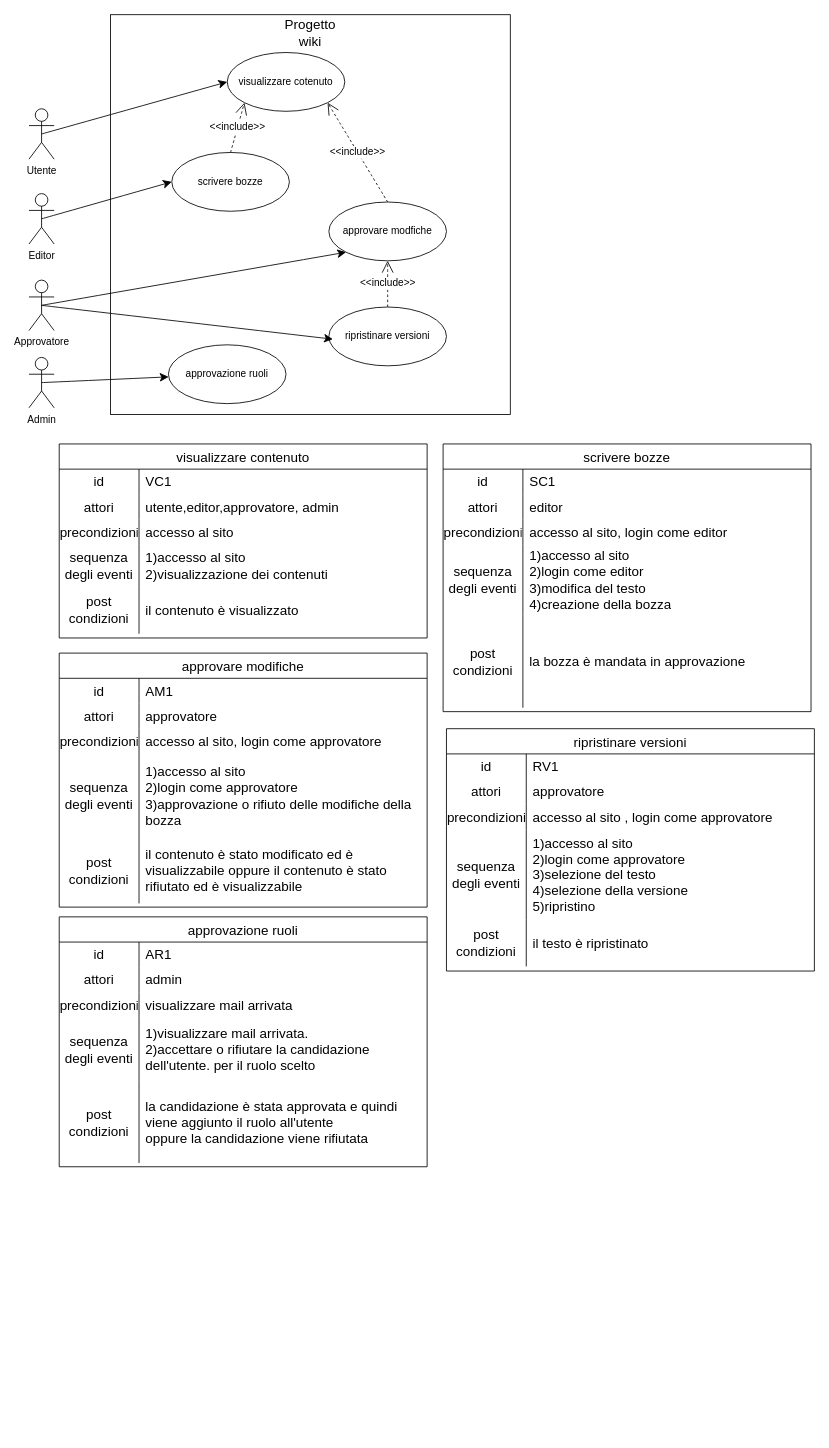
The draw.io diagram assets/Casi d'uso.drawio in AngeloRipamonti/5C_WikiStudenti_DiDonnaKotisRipamontiTacconi, before the edit. Source tidied: cells renumbered, new cells numbered last; positions are measured from the earlier drawing's top-left corner, leaving out a move shared by most shapes. Both pictures are drawn from the tidied source at 84%, with x=0, y=0 at pixel (29, 14).
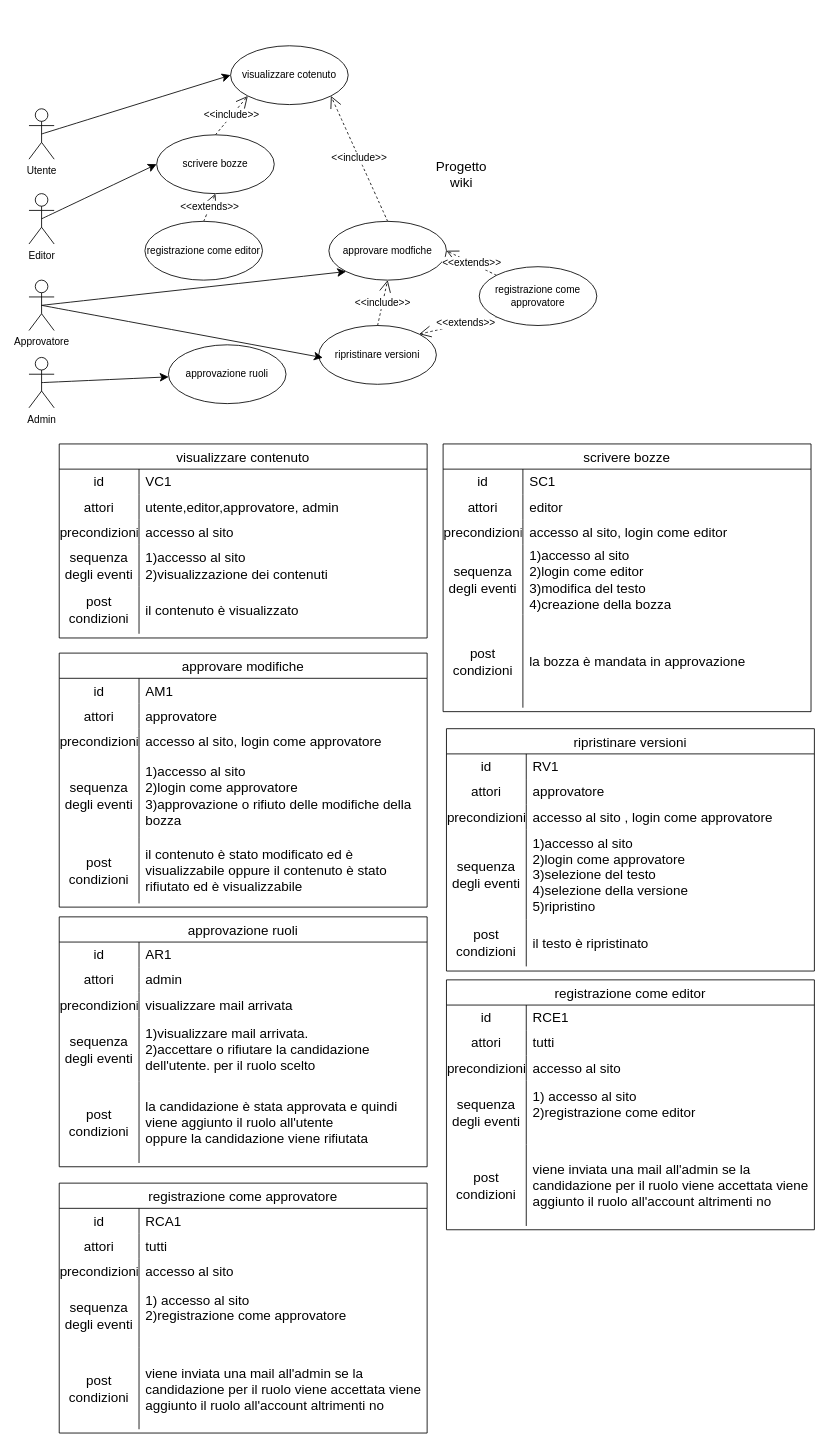
After the change.

Commit message:
use case registrazioni

Change to the diagram source:
```diff
@@
     <mxCell id="8" value="visualizzare cotenuto" style="ellipse;whiteSpace=wrap;html=1;" parent="1" vertex="1">
-      <mxGeometry x="236" y="45" width="140" height="70" as="geometry" />
+      <mxGeometry x="240" y="37" width="140" height="70" as="geometry" />
     </mxCell>
     <mxCell id="9" value="scrivere bozze" style="ellipse;whiteSpace=wrap;html=1;" parent="1" vertex="1">
-      <mxGeometry x="170" y="164" width="140" height="70" as="geometry" />
+      <mxGeometry x="152" y="143" width="140" height="70" as="geometry" />
     </mxCell>
     <mxCell id="10" value="approvare modfiche" style="ellipse;whiteSpace=wrap;html=1;" parent="1" vertex="1">
-      <mxGeometry x="357" y="223" width="140" height="70" as="geometry" />
+      <mxGeometry x="357" y="246" width="140" height="70" as="geometry" />
     </mxCell>
     <mxCell id="11" value="ripristinare versioni" style="ellipse;whiteSpace=wrap;html=1;" parent="1" vertex="1">
-      <mxGeometry x="357" y="348" width="140" height="70" as="geometry" />
+      <mxGeometry x="345" y="370" width="140" height="70" as="geometry" />
     </mxCell>
@@
-    <mxCell id="19" style="whiteSpace=wrap;html=1;fillColor=none;" parent="1" vertex="1">
-      <mxGeometry x="97" width="476" height="476" as="geometry" />
-    </mxCell>
     <mxCell id="20" value="Progetto wiki" style="text;html=1;align=center;verticalAlign=middle;whiteSpace=wrap;rounded=0;fontSize=16;" parent="1" vertex="1">
-      <mxGeometry x="305" y="7" width="60" height="30" as="geometry" />
+      <mxGeometry x="485" y="175" width="60" height="30" as="geometry" />
     </mxCell>
@@
+    <mxCell id="101" value="registrazione come editor" style="ellipse;whiteSpace=wrap;html=1;" parent="1" vertex="1">
+      <mxGeometry x="138" y="246" width="140" height="70" as="geometry" />
+    </mxCell>
+    <mxCell id="102" value="&amp;lt;&amp;lt;extends&amp;gt;&amp;gt;" style="endArrow=open;endSize=12;dashed=1;html=1;rounded=0;fontSize=12;curved=1;exitX=0.5;exitY=0;exitDx=0;exitDy=0;entryX=0.5;entryY=1;entryDx=0;entryDy=0;" parent="1" edge="1" source="101" target="9">
+      <mxGeometry relative="1" as="geometry" />
+    </mxCell>
+    <mxCell id="103" value="registrazione come approvatore" style="ellipse;whiteSpace=wrap;html=1;" parent="1" vertex="1">
+      <mxGeometry x="536" y="300" width="140" height="70" as="geometry" />
+    </mxCell>
+    <mxCell id="104" value="&amp;lt;&amp;lt;extends&amp;gt;&amp;gt;" style="endArrow=open;endSize=12;dashed=1;html=1;rounded=0;fontSize=12;curved=1;exitX=0;exitY=0;exitDx=0;exitDy=0;entryX=1;entryY=0.5;entryDx=0;entryDy=0;" parent="1" edge="1" source="103" target="10">
+      <mxGeometry relative="1" as="geometry" />
+    </mxCell>
+    <mxCell id="105" value="&amp;lt;&amp;lt;extends&amp;gt;&amp;gt;" style="endArrow=open;endSize=12;dashed=1;html=1;rounded=0;fontSize=12;curved=1;exitX=0;exitY=1;exitDx=0;exitDy=0;entryX=1;entryY=0;entryDx=0;entryDy=0;" parent="1" edge="1" source="103" target="11">
+      <mxGeometry x="-0.21" y="-1" relative="1" as="geometry" />
+    </mxCell>
+    <mxCell id="106" value="registrazione come editor" style="shape=table;startSize=30;childLayout=tableLayout;rowLines=0;fontStyle=0;strokeColor=default;fontSize=16;" parent="1" vertex="1">
+      <mxGeometry x="497" y="1149" width="438" height="297.5" as="geometry" />
+    </mxCell>
+    <mxCell id="107" style="shape=tableRow;horizontal=0;startSize=0;swimlaneHead=0;swimlaneBody=0;top=0;left=0;bottom=0;right=0;fillColor=none;strokeColor=inherit;fontSize=16;" parent="106" vertex="1">
+      <mxGeometry y="30" width="438" height="30" as="geometry" />
+    </mxCell>
+    <mxCell id="108" value="id" style="shape=partialRectangle;html=1;whiteSpace=wrap;fillColor=none;top=0;left=0;bottom=0;right=0;overflow=hidden;strokeColor=inherit;fontSize=16;" parent="107" vertex="1">
+      <mxGeometry width="95" height="30" as="geometry" />
+    </mxCell>
+    <mxCell id="109" value="RCE1" style="shape=partialRectangle;html=1;whiteSpace=wrap;fillColor=none;top=0;left=0;bottom=0;right=0;align=left;spacingLeft=6;overflow=hidden;strokeColor=inherit;fontSize=16;" parent="107" vertex="1">
+      <mxGeometry x="95" width="343" height="30" as="geometry" />
+    </mxCell>
+    <mxCell id="110" style="shape=tableRow;horizontal=0;startSize=0;swimlaneHead=0;swimlaneBody=0;top=0;left=0;bottom=0;right=0;fillColor=none;strokeColor=inherit;fontSize=16;" parent="106" vertex="1">
+      <mxGeometry y="60" width="438" height="30" as="geometry" />
+    </mxCell>
+    <mxCell id="111" value="attori" style="shape=partialRectangle;html=1;whiteSpace=wrap;fillColor=none;top=0;left=0;bottom=0;right=0;overflow=hidden;strokeColor=inherit;fontSize=16;" parent="110" vertex="1">
+      <mxGeometry width="95" height="30" as="geometry" />
+    </mxCell>
+    <mxCell id="112" value="tutti" style="shape=partialRectangle;html=1;whiteSpace=wrap;fillColor=none;top=0;left=0;bottom=0;right=0;align=left;spacingLeft=6;overflow=hidden;strokeColor=inherit;fontSize=16;" parent="110" vertex="1">
+      <mxGeometry x="95" width="343" height="30" as="geometry" />
+    </mxCell>
+    <mxCell id="113" style="shape=tableRow;horizontal=0;startSize=0;swimlaneHead=0;swimlaneBody=0;top=0;left=0;bottom=0;right=0;fillColor=none;strokeColor=inherit;fontSize=16;" parent="106" vertex="1">
+      <mxGeometry y="90" width="438" height="30" as="geometry" />
+    </mxCell>
+    <mxCell id="114" value="precondizioni" style="shape=partialRectangle;html=1;whiteSpace=wrap;fillColor=none;top=0;left=0;bottom=0;right=0;overflow=hidden;strokeColor=inherit;fontSize=16;" parent="113" vertex="1">
+      <mxGeometry width="95" height="30" as="geometry" />
+    </mxCell>
+    <mxCell id="115" value="accesso al sito" style="shape=partialRectangle;html=1;whiteSpace=wrap;fillColor=none;top=0;left=0;bottom=0;right=0;align=left;spacingLeft=6;overflow=hidden;strokeColor=inherit;fontSize=16;" parent="113" vertex="1">
+      <mxGeometry x="95" width="343" height="30" as="geometry" />
+    </mxCell>
+    <mxCell id="116" style="shape=tableRow;horizontal=0;startSize=0;swimlaneHead=0;swimlaneBody=0;top=0;left=0;bottom=0;right=0;fillColor=none;strokeColor=inherit;fontSize=16;" parent="106" vertex="1">
+      <mxGeometry y="120" width="438" height="76" as="geometry" />
+    </mxCell>
+    <mxCell id="117" value="sequenza degli eventi" style="shape=partialRectangle;html=1;whiteSpace=wrap;fillColor=none;top=0;left=0;bottom=0;right=0;overflow=hidden;strokeColor=inherit;fontSize=16;" parent="116" vertex="1">
+      <mxGeometry width="95" height="76" as="geometry" />
+    </mxCell>
+    <mxCell id="118" value="1) accesso al sito&lt;div&gt;2)registrazione come editor&lt;/div&gt;&lt;div&gt;&lt;br&gt;&lt;/div&gt;" style="shape=partialRectangle;html=1;whiteSpace=wrap;fillColor=none;top=0;left=0;bottom=0;right=0;align=left;spacingLeft=6;overflow=hidden;strokeColor=inherit;fontSize=16;" parent="116" vertex="1">
+      <mxGeometry x="95" width="343" height="76" as="geometry" />
+    </mxCell>
+    <mxCell id="119" style="shape=tableRow;horizontal=0;startSize=0;swimlaneHead=0;swimlaneBody=0;top=0;left=0;bottom=0;right=0;fillColor=none;strokeColor=inherit;fontSize=16;" parent="106" vertex="1">
+      <mxGeometry y="196" width="438" height="97" as="geometry" />
+    </mxCell>
+    <mxCell id="120" value="post condizioni" style="shape=partialRectangle;html=1;whiteSpace=wrap;fillColor=none;top=0;left=0;bottom=0;right=0;overflow=hidden;strokeColor=inherit;fontSize=16;" parent="119" vertex="1">
+      <mxGeometry width="95" height="97" as="geometry" />
+    </mxCell>
+    <mxCell id="121" value="viene inviata una mail all'admin se la candidazione per il ruolo viene accettata viene aggiunto il ruolo all'account altrimenti no" style="shape=partialRectangle;html=1;whiteSpace=wrap;fillColor=none;top=0;left=0;bottom=0;right=0;align=left;spacingLeft=6;overflow=hidden;strokeColor=inherit;fontSize=16;" parent="119" vertex="1">
+      <mxGeometry x="95" width="343" height="97" as="geometry" />
+    </mxCell>
+    <mxCell id="122" value="registrazione come approvatore" style="shape=table;startSize=30;childLayout=tableLayout;rowLines=0;fontStyle=0;strokeColor=default;fontSize=16;" parent="1" vertex="1">
+      <mxGeometry x="36" y="1391" width="438" height="297.5" as="geometry" />
+    </mxCell>
+    <mxCell id="123" style="shape=tableRow;horizontal=0;startSize=0;swimlaneHead=0;swimlaneBody=0;top=0;left=0;bottom=0;right=0;fillColor=none;strokeColor=inherit;fontSize=16;" parent="122" vertex="1">
+      <mxGeometry y="30" width="438" height="30" as="geometry" />
+    </mxCell>
+    <mxCell id="124" value="id" style="shape=partialRectangle;html=1;whiteSpace=wrap;fillColor=none;top=0;left=0;bottom=0;right=0;overflow=hidden;strokeColor=inherit;fontSize=16;" parent="123" vertex="1">
+      <mxGeometry width="95" height="30" as="geometry" />
+    </mxCell>
+    <mxCell id="125" value="RCA1" style="shape=partialRectangle;html=1;whiteSpace=wrap;fillColor=none;top=0;left=0;bottom=0;right=0;align=left;spacingLeft=6;overflow=hidden;strokeColor=inherit;fontSize=16;" parent="123" vertex="1">
+      <mxGeometry x="95" width="343" height="30" as="geometry" />
+    </mxCell>
+    <mxCell id="126" style="shape=tableRow;horizontal=0;startSize=0;swimlaneHead=0;swimlaneBody=0;top=0;left=0;bottom=0;right=0;fillColor=none;strokeColor=inherit;fontSize=16;" parent="122" vertex="1">
+      <mxGeometry y="60" width="438" height="30" as="geometry" />
+    </mxCell>
+    <mxCell id="127" value="attori" style="shape=partialRectangle;html=1;whiteSpace=wrap;fillColor=none;top=0;left=0;bottom=0;right=0;overflow=hidden;strokeColor=inherit;fontSize=16;" parent="126" vertex="1">
+      <mxGeometry width="95" height="30" as="geometry" />
+    </mxCell>
+    <mxCell id="128" value="tutti" style="shape=partialRectangle;html=1;whiteSpace=wrap;fillColor=none;top=0;left=0;bottom=0;right=0;align=left;spacingLeft=6;overflow=hidden;strokeColor=inherit;fontSize=16;" parent="126" vertex="1">
+      <mxGeometry x="95" width="343" height="30" as="geometry" />
+    </mxCell>
+    <mxCell id="129" style="shape=tableRow;horizontal=0;startSize=0;swimlaneHead=0;swimlaneBody=0;top=0;left=0;bottom=0;right=0;fillColor=none;strokeColor=inherit;fontSize=16;" parent="122" vertex="1">
+      <mxGeometry y="90" width="438" height="30" as="geometry" />
+    </mxCell>
+    <mxCell id="130" value="precondizioni" style="shape=partialRectangle;html=1;whiteSpace=wrap;fillColor=none;top=0;left=0;bottom=0;right=0;overflow=hidden;strokeColor=inherit;fontSize=16;" parent="129" vertex="1">
+      <mxGeometry width="95" height="30" as="geometry" />
+    </mxCell>
+    <mxCell id="131" value="accesso al sito" style="shape=partialRectangle;html=1;whiteSpace=wrap;fillColor=none;top=0;left=0;bottom=0;right=0;align=left;spacingLeft=6;overflow=hidden;strokeColor=inherit;fontSize=16;" parent="129" vertex="1">
+      <mxGeometry x="95" width="343" height="30" as="geometry" />
+    </mxCell>
+    <mxCell id="132" style="shape=tableRow;horizontal=0;startSize=0;swimlaneHead=0;swimlaneBody=0;top=0;left=0;bottom=0;right=0;fillColor=none;strokeColor=inherit;fontSize=16;" parent="122" vertex="1">
+      <mxGeometry y="120" width="438" height="76" as="geometry" />
+    </mxCell>
+    <mxCell id="133" value="sequenza degli eventi" style="shape=partialRectangle;html=1;whiteSpace=wrap;fillColor=none;top=0;left=0;bottom=0;right=0;overflow=hidden;strokeColor=inherit;fontSize=16;" parent="132" vertex="1">
+      <mxGeometry width="95" height="76" as="geometry" />
+    </mxCell>
+    <mxCell id="134" value="1) accesso al sito&lt;div&gt;2)registrazione come approvatore&lt;/div&gt;&lt;div&gt;&lt;br&gt;&lt;/div&gt;" style="shape=partialRectangle;html=1;whiteSpace=wrap;fillColor=none;top=0;left=0;bottom=0;right=0;align=left;spacingLeft=6;overflow=hidden;strokeColor=inherit;fontSize=16;" parent="132" vertex="1">
+      <mxGeometry x="95" width="343" height="76" as="geometry" />
+    </mxCell>
+    <mxCell id="135" style="shape=tableRow;horizontal=0;startSize=0;swimlaneHead=0;swimlaneBody=0;top=0;left=0;bottom=0;right=0;fillColor=none;strokeColor=inherit;fontSize=16;" parent="122" vertex="1">
+      <mxGeometry y="196" width="438" height="97" as="geometry" />
+    </mxCell>
+    <mxCell id="136" value="post condizioni" style="shape=partialRectangle;html=1;whiteSpace=wrap;fillColor=none;top=0;left=0;bottom=0;right=0;overflow=hidden;strokeColor=inherit;fontSize=16;" parent="135" vertex="1">
+      <mxGeometry width="95" height="97" as="geometry" />
+    </mxCell>
+    <mxCell id="137" value="viene inviata una mail all'admin se la candidazione per il ruolo viene accettata viene aggiunto il ruolo all'account altrimenti no" style="shape=partialRectangle;html=1;whiteSpace=wrap;fillColor=none;top=0;left=0;bottom=0;right=0;align=left;spacingLeft=6;overflow=hidden;strokeColor=inherit;fontSize=16;" parent="135" vertex="1">
+      <mxGeometry x="95" width="343" height="97" as="geometry" />
+    </mxCell>
```
